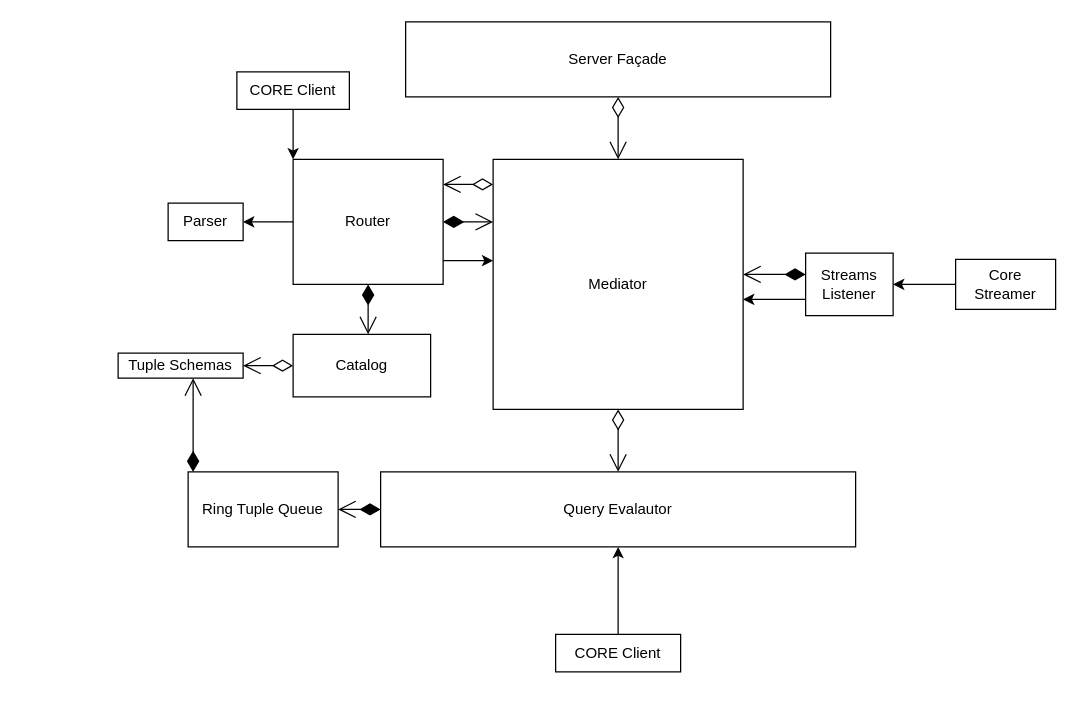
Earlier version of the draw.io diagram docs/developers/diagrams/Architecture.drawio (CORE-cer/CORE). Source tidied: cells renumbered, new cells numbered last; positions are measured from the earlier drawing's top-left corner, leaving out a move shared by most shapes. Both pictures are drawn from the tidied source at 125%, with x=0, y=0 at pixel (118, 21).
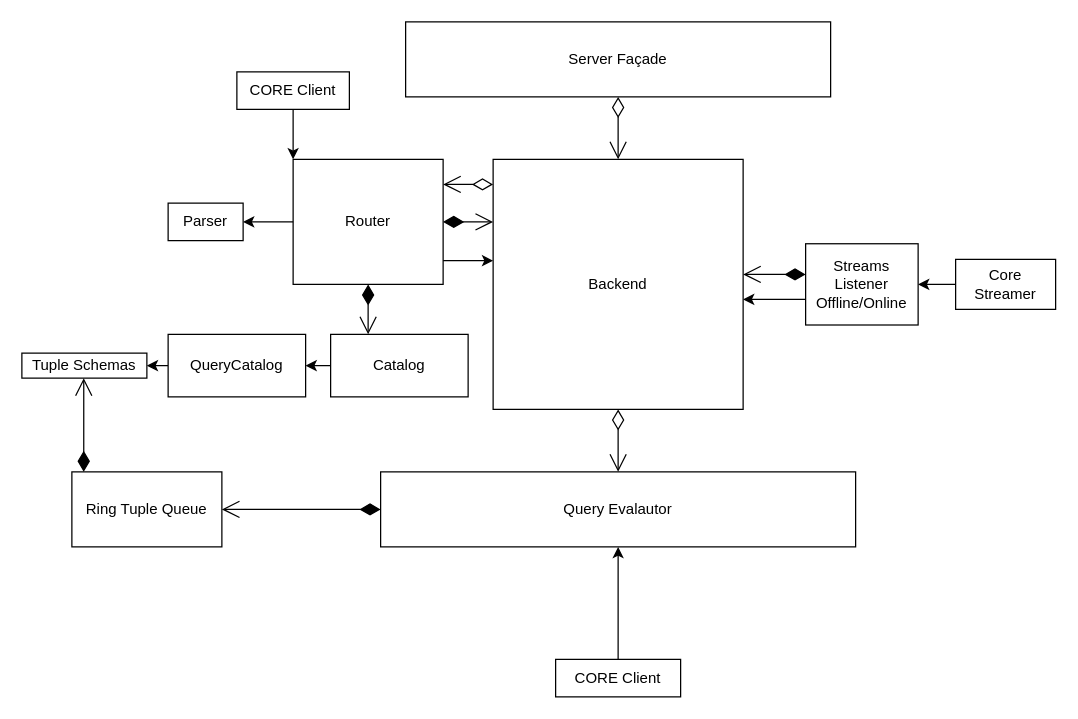
After the change.

Commit message (it also covers changes not shown here):
feat(documenation): update diagram

What changed in the source:
```diff
@@
-    <mxCell id="3" value="Mediator" style="whiteSpace=wrap;html=1;" parent="1" vertex="1">
+    <mxCell id="3" value="Backend" style="whiteSpace=wrap;html=1;" parent="1" vertex="1">
       <mxGeometry x="300" y="110" width="200" height="200" as="geometry" />
     </mxCell>
-    <mxCell id="4" value="Streams Listener" style="whiteSpace=wrap;html=1;" parent="1" vertex="1">
-      <mxGeometry x="550" y="185" width="70" height="50" as="geometry" />
+    <mxCell id="4" value="&lt;div&gt;Streams Listener&lt;/div&gt;&lt;div&gt;Offline/Online&lt;br&gt;&lt;/div&gt;" style="whiteSpace=wrap;html=1;" parent="1" vertex="1">
+      <mxGeometry x="550" y="177.5" width="90" height="65" as="geometry" />
     </mxCell>
@@
     <mxCell id="7" value="Ring Tuple Queue" style="whiteSpace=wrap;html=1;" parent="1" vertex="1">
-      <mxGeometry x="56" y="360" width="120" height="60" as="geometry" />
+      <mxGeometry x="-37" y="360" width="120" height="60" as="geometry" />
     </mxCell>
     <mxCell id="8" value="CORE Client" style="whiteSpace=wrap;html=1;" parent="1" vertex="1">
-      <mxGeometry x="350" y="490" width="100" height="30" as="geometry" />
+      <mxGeometry x="350" y="510" width="100" height="30" as="geometry" />
     </mxCell>
     <mxCell id="9" value="Tuple Schemas" style="whiteSpace=wrap;html=1;" parent="1" vertex="1">
-      <mxGeometry y="265" width="100" height="20" as="geometry" />
+      <mxGeometry x="-77" y="265" width="100" height="20" as="geometry" />
     </mxCell>
+    <mxCell id="29" style="edgeStyle=orthogonalEdgeStyle;rounded=0;jettySize=auto;html=1;exitX=0;exitY=0.5;exitDx=0;exitDy=0;entryX=1;entryY=0.5;entryDx=0;entryDy=0;" parent="1" edge="1" source="10" target="31">
+      <mxGeometry relative="1" as="geometry" />
+    </mxCell>
     <mxCell id="10" value="Catalog" style="whiteSpace=wrap;html=1;" parent="1" vertex="1">
-      <mxGeometry x="140" y="250" width="110" height="50" as="geometry" />
+      <mxGeometry x="170" y="250" width="110" height="50" as="geometry" />
     </mxCell>
@@
-    <mxCell id="19" style="endArrow=open;html=1;endSize=12;startArrow=diamondThin;startSize=14;startFill=1;edgeStyle=orthogonalEdgeStyle;align=left;verticalAlign=bottom;rounded=0;" parent="1" edge="1">
+    <mxCell id="19" style="endArrow=open;html=1;endSize=12;startArrow=diamondThin;startSize=14;startFill=1;edgeStyle=orthogonalEdgeStyle;align=left;verticalAlign=bottom;rounded=0;" parent="1" edge="1" target="9">
       <mxGeometry x="-1" y="3" relative="1" as="geometry">
-        <mxPoint x="60" y="360" as="sourcePoint" />
-        <mxPoint x="60" y="285" as="targetPoint" />
+        <mxPoint x="-27.5" y="360" as="sourcePoint" />
       </mxGeometry>
     </mxCell>
@@
-    <mxCell id="23" style="endArrow=open;html=1;endSize=12;startArrow=diamondThin;startSize=14;startFill=0;edgeStyle=orthogonalEdgeStyle;align=left;verticalAlign=bottom;rounded=0;exitX=0;exitY=0.5;exitDx=0;exitDy=0;entryX=1;entryY=0.5;entryDx=0;entryDy=0;" parent="1" edge="1" source="10" target="9">
-      <mxGeometry x="-1" y="3" relative="1" as="geometry" />
-    </mxCell>
@@
+    <mxCell id="30" style="edgeStyle=orthogonalEdgeStyle;rounded=0;jettySize=auto;html=1;exitX=0;exitY=0.5;exitDx=0;exitDy=0;entryX=1;entryY=0.5;entryDx=0;entryDy=0;" parent="1" edge="1" source="31" target="9">
+      <mxGeometry relative="1" as="geometry" />
+    </mxCell>
+    <mxCell id="31" value="QueryCatalog" style="whiteSpace=wrap;html=1;" parent="1" vertex="1">
+      <mxGeometry x="40" y="250" width="110" height="50" as="geometry" />
+    </mxCell>
```
